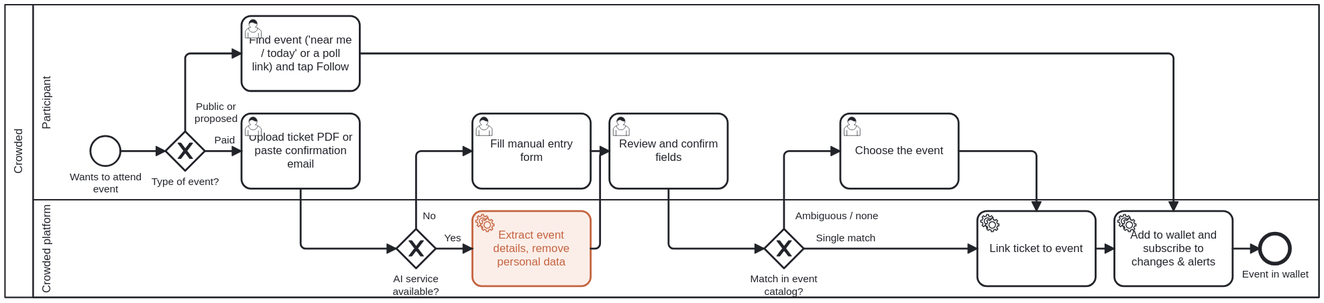
Before: docs/deliverables/images/workflow-1-connect-to-event.svg, a diagram exported from BPMN (andrereis26/crowded-labdsof). Its source is kept beside it as docs/deliverables/bpmn/workflow-1-connect-to-event.bpmn. Ids are renumbered.
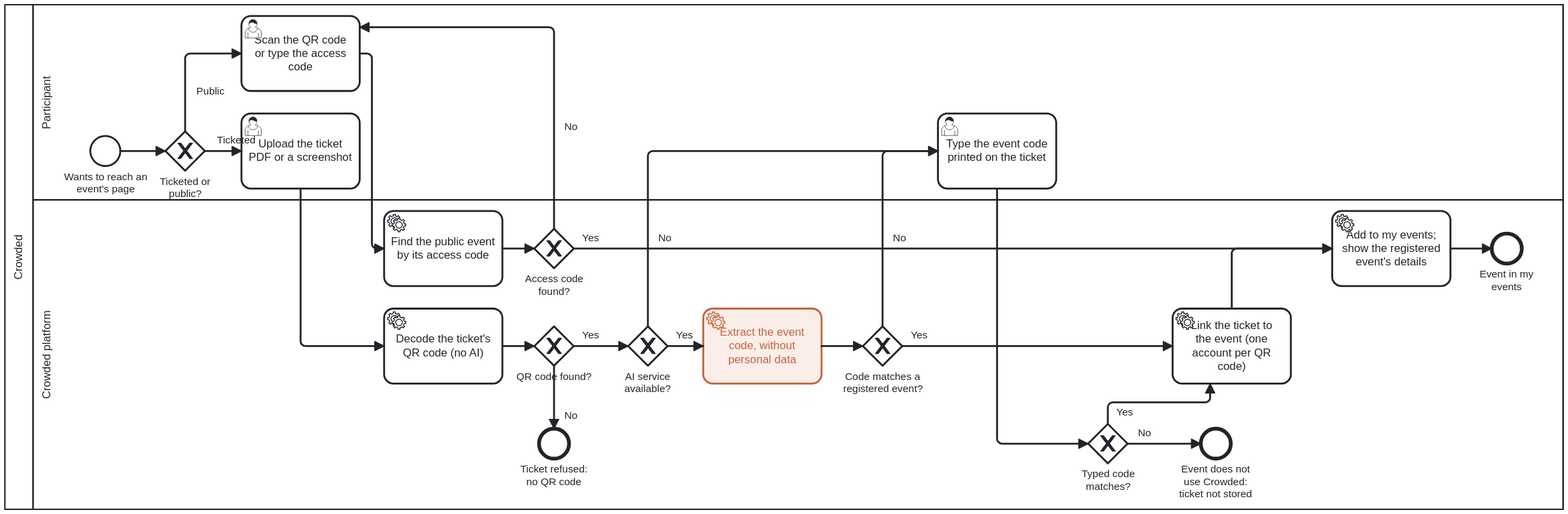
After the commit.

What changed in the source:
```diff
@@ -2,6 +2,6 @@
   <bpmn:collaboration id="Collab">
-    <bpmn:participant id="Pool_crowded" name="Crowded" processRef="Proc_crowded" />
+    <bpmn:participant id="Pool_crowded" name="Crowded" processRef="Proc_Pool_crowded" />
   </bpmn:collaboration>
-  <bpmn:process id="Proc_crowded" isExecutable="false">
-    <bpmn:laneSet id="LaneSet_crowded">
+  <bpmn:process id="Proc_Pool_crowded" isExecutable="false">
+    <bpmn:laneSet id="LaneSet_Pool_crowded">
       <bpmn:lane id="Lane_P" name="Participant">
@@ -9,14 +9,19 @@
         <bpmn:flowNodeRef>g1</bpmn:flowNodeRef>
-        <bpmn:flowNodeRef>find</bpmn:flowNodeRef>
+        <bpmn:flowNodeRef>code</bpmn:flowNodeRef>
         <bpmn:flowNodeRef>up</bpmn:flowNodeRef>
-        <bpmn:flowNodeRef>man</bpmn:flowNodeRef>
-        <bpmn:flowNodeRef>rev</bpmn:flowNodeRef>
-        <bpmn:flowNodeRef>ch</bpmn:flowNodeRef>
+        <bpmn:flowNodeRef>type</bpmn:flowNodeRef>
       </bpmn:lane>
       <bpmn:lane id="Lane_C" name="Crowded platform">
-        <bpmn:flowNodeRef>g2</bpmn:flowNodeRef>
+        <bpmn:flowNodeRef>findc</bpmn:flowNodeRef>
+        <bpmn:flowNodeRef>gc</bpmn:flowNodeRef>
+        <bpmn:flowNodeRef>qr</bpmn:flowNodeRef>
+        <bpmn:flowNodeRef>gq</bpmn:flowNodeRef>
+        <bpmn:flowNodeRef>noqr</bpmn:flowNodeRef>
+        <bpmn:flowNodeRef>gai</bpmn:flowNodeRef>
         <bpmn:flowNodeRef>ai</bpmn:flowNodeRef>
-        <bpmn:flowNodeRef>g3</bpmn:flowNodeRef>
+        <bpmn:flowNodeRef>gm</bpmn:flowNodeRef>
+        <bpmn:flowNodeRef>gm2</bpmn:flowNodeRef>
+        <bpmn:flowNodeRef>noev</bpmn:flowNodeRef>
         <bpmn:flowNodeRef>link</bpmn:flowNodeRef>
-        <bpmn:flowNodeRef>wal</bpmn:flowNodeRef>
+        <bpmn:flowNodeRef>sum</bpmn:flowNodeRef>
         <bpmn:flowNodeRef>e</bpmn:flowNodeRef>
@@ -24,6 +29,6 @@
     </bpmn:laneSet>
-    <bpmn:startEvent id="s" name="Wants to attend event">
+    <bpmn:startEvent id="s" name="Wants to reach an event's page">
       <bpmn:outgoing>Flow_1</bpmn:outgoing>
     </bpmn:startEvent>
-    <bpmn:exclusiveGateway id="g1" name="Type of event?">
+    <bpmn:exclusiveGateway id="g1" name="Ticketed or public?">
       <bpmn:incoming>Flow_1</bpmn:incoming>
@@ -32,29 +37,25 @@
     </bpmn:exclusiveGateway>
-    <bpmn:userTask id="find" name="Find event (&#x27;near me / today&#x27; or a poll link) and tap Follow">
+    <bpmn:userTask id="code" name="Scan the QR code or type the access code">
       <bpmn:incoming>Flow_3</bpmn:incoming>
-      <bpmn:outgoing>Flow_14</bpmn:outgoing>
-    </bpmn:userTask>
-    <bpmn:userTask id="up" name="Upload ticket PDF or paste confirmation email">
-      <bpmn:incoming>Flow_2</bpmn:incoming>
+      <bpmn:incoming>Flow_8</bpmn:incoming>
       <bpmn:outgoing>Flow_4</bpmn:outgoing>
     </bpmn:userTask>
-    <bpmn:exclusiveGateway id="g2" name="AI service available?">
+    <bpmn:userTask id="up" name="Upload the ticket PDF or a screenshot">
+      <bpmn:incoming>Flow_2</bpmn:incoming>
+      <bpmn:outgoing>Flow_5</bpmn:outgoing>
+    </bpmn:userTask>
+    <bpmn:serviceTask id="findc" name="Find the public event by its access code">
       <bpmn:incoming>Flow_4</bpmn:incoming>
-      <bpmn:outgoing>Flow_5</bpmn:outgoing>
       <bpmn:outgoing>Flow_6</bpmn:outgoing>
-    </bpmn:exclusiveGateway>
-    <bpmn:serviceTask id="ai" name="Extract event details, remove personal data">
-      <bpmn:incoming>Flow_5</bpmn:incoming>
-      <bpmn:outgoing>Flow_8</bpmn:outgoing>
     </bpmn:serviceTask>
-    <bpmn:userTask id="man" name="Fill manual entry form">
+    <bpmn:exclusiveGateway id="gc" name="Access code found?">
       <bpmn:incoming>Flow_6</bpmn:incoming>
       <bpmn:outgoing>Flow_7</bpmn:outgoing>
-    </bpmn:userTask>
-    <bpmn:userTask id="rev" name="Review and confirm fields">
-      <bpmn:incoming>Flow_7</bpmn:incoming>
-      <bpmn:incoming>Flow_8</bpmn:incoming>
+      <bpmn:outgoing>Flow_8</bpmn:outgoing>
+    </bpmn:exclusiveGateway>
+    <bpmn:serviceTask id="qr" name="Decode the ticket's QR code (no AI)">
+      <bpmn:incoming>Flow_5</bpmn:incoming>
       <bpmn:outgoing>Flow_9</bpmn:outgoing>
-    </bpmn:userTask>
-    <bpmn:exclusiveGateway id="g3" name="Match in event catalog?">
+    </bpmn:serviceTask>
+    <bpmn:exclusiveGateway id="gq" name="QR code found?">
       <bpmn:incoming>Flow_9</bpmn:incoming>
@@ -63,34 +64,66 @@
     </bpmn:exclusiveGateway>
-    <bpmn:userTask id="ch" name="Choose the event">
+    <bpmn:endEvent id="noqr" name="Ticket refused: no QR code">
+      <bpmn:incoming>Flow_10</bpmn:incoming>
+    </bpmn:endEvent>
+    <bpmn:exclusiveGateway id="gai" name="AI service available?">
       <bpmn:incoming>Flow_11</bpmn:incoming>
       <bpmn:outgoing>Flow_12</bpmn:outgoing>
-    </bpmn:userTask>
-    <bpmn:serviceTask id="link" name="Link ticket to event">
-      <bpmn:incoming>Flow_10</bpmn:incoming>
+      <bpmn:outgoing>Flow_13</bpmn:outgoing>
+    </bpmn:exclusiveGateway>
+    <bpmn:serviceTask id="ai" name="Extract the event code, without personal data">
       <bpmn:incoming>Flow_12</bpmn:incoming>
-      <bpmn:outgoing>Flow_13</bpmn:outgoing>
+      <bpmn:outgoing>Flow_14</bpmn:outgoing>
     </bpmn:serviceTask>
-    <bpmn:serviceTask id="wal" name="Add to wallet and subscribe to changes &amp; alerts">
-      <bpmn:incoming>Flow_13</bpmn:incoming>
+    <bpmn:exclusiveGateway id="gm" name="Code matches a registered event?">
       <bpmn:incoming>Flow_14</bpmn:incoming>
       <bpmn:outgoing>Flow_15</bpmn:outgoing>
+      <bpmn:outgoing>Flow_16</bpmn:outgoing>
+    </bpmn:exclusiveGateway>
+    <bpmn:userTask id="type" name="Type the event code printed on the ticket">
+      <bpmn:incoming>Flow_13</bpmn:incoming>
+      <bpmn:incoming>Flow_16</bpmn:incoming>
+      <bpmn:outgoing>Flow_17</bpmn:outgoing>
+    </bpmn:userTask>
+    <bpmn:exclusiveGateway id="gm2" name="Typed code matches?">
+      <bpmn:incoming>Flow_17</bpmn:incoming>
+      <bpmn:outgoing>Flow_18</bpmn:outgoing>
+      <bpmn:outgoing>Flow_19</bpmn:outgoing>
+    </bpmn:exclusiveGateway>
+    <bpmn:endEvent id="noev" name="Event does not use Crowded: ticket not stored">
+      <bpmn:incoming>Flow_19</bpmn:incoming>
+    </bpmn:endEvent>
+    <bpmn:serviceTask id="link" name="Link the ticket to the event (one account per QR code)">
+      <bpmn:incoming>Flow_15</bpmn:incoming>
+      <bpmn:incoming>Flow_18</bpmn:incoming>
+      <bpmn:outgoing>Flow_20</bpmn:outgoing>
     </bpmn:serviceTask>
-    <bpmn:endEvent id="e" name="Event in wallet">
-      <bpmn:incoming>Flow_15</bpmn:incoming>
+    <bpmn:serviceTask id="sum" name="Add to my events; show the registered event's details">
+      <bpmn:incoming>Flow_7</bpmn:incoming>
+      <bpmn:incoming>Flow_20</bpmn:incoming>
+      <bpmn:outgoing>Flow_21</bpmn:outgoing>
+    </bpmn:serviceTask>
+    <bpmn:endEvent id="e" name="Event in my events">
+      <bpmn:incoming>Flow_21</bpmn:incoming>
     </bpmn:endEvent>
     <bpmn:sequenceFlow id="Flow_1" sourceRef="s" targetRef="g1" />
-    <bpmn:sequenceFlow id="Flow_2" name="Paid" sourceRef="g1" targetRef="up" />
-    <bpmn:sequenceFlow id="Flow_3" name="Public or proposed" sourceRef="g1" targetRef="find" />
-    <bpmn:sequenceFlow id="Flow_4" sourceRef="up" targetRef="g2" />
-    <bpmn:sequenceFlow id="Flow_5" name="Yes" sourceRef="g2" targetRef="ai" />
-    <bpmn:sequenceFlow id="Flow_6" name="No" sourceRef="g2" targetRef="man" />
-    <bpmn:sequenceFlow id="Flow_7" sourceRef="man" targetRef="rev" />
-    <bpmn:sequenceFlow id="Flow_8" sourceRef="ai" targetRef="rev" />
-    <bpmn:sequenceFlow id="Flow_9" sourceRef="rev" targetRef="g3" />
-    <bpmn:sequenceFlow id="Flow_10" name="Single match" sourceRef="g3" targetRef="link" />
-    <bpmn:sequenceFlow id="Flow_11" name="Ambiguous / none" sourceRef="g3" targetRef="ch" />
-    <bpmn:sequenceFlow id="Flow_12" sourceRef="ch" targetRef="link" />
-    <bpmn:sequenceFlow id="Flow_13" sourceRef="link" targetRef="wal" />
-    <bpmn:sequenceFlow id="Flow_14" sourceRef="find" targetRef="wal" />
-    <bpmn:sequenceFlow id="Flow_15" sourceRef="wal" targetRef="e" />
+    <bpmn:sequenceFlow id="Flow_2" name="Ticketed" sourceRef="g1" targetRef="up" />
+    <bpmn:sequenceFlow id="Flow_3" name="Public" sourceRef="g1" targetRef="code" />
+    <bpmn:sequenceFlow id="Flow_4" sourceRef="code" targetRef="findc" />
+    <bpmn:sequenceFlow id="Flow_5" sourceRef="up" targetRef="qr" />
+    <bpmn:sequenceFlow id="Flow_6" sourceRef="findc" targetRef="gc" />
+    <bpmn:sequenceFlow id="Flow_7" name="Yes" sourceRef="gc" targetRef="sum" />
+    <bpmn:sequenceFlow id="Flow_8" name="No" sourceRef="gc" targetRef="code" />
+    <bpmn:sequenceFlow id="Flow_9" sourceRef="qr" targetRef="gq" />
+    <bpmn:sequenceFlow id="Flow_10" name="No" sourceRef="gq" targetRef="noqr" />
+    <bpmn:sequenceFlow id="Flow_11" name="Yes" sourceRef="gq" targetRef="gai" />
+    <bpmn:sequenceFlow id="Flow_12" name="Yes" sourceRef="gai" targetRef="ai" />
+    <bpmn:sequenceFlow id="Flow_13" name="No" sourceRef="gai" targetRef="type" />
+    <bpmn:sequenceFlow id="Flow_14" sourceRef="ai" targetRef="gm" />
+    <bpmn:sequenceFlow id="Flow_15" name="Yes" sourceRef="gm" targetRef="link" />
+    <bpmn:sequenceFlow id="Flow_16" name="No" sourceRef="gm" targetRef="type" />
+    <bpmn:sequenceFlow id="Flow_17" sourceRef="type" targetRef="gm2" />
+    <bpmn:sequenceFlow id="Flow_18" name="Yes" sourceRef="gm2" targetRef="link" />
+    <bpmn:sequenceFlow id="Flow_19" name="No" sourceRef="gm2" targetRef="noev" />
+    <bpmn:sequenceFlow id="Flow_20" sourceRef="link" targetRef="sum" />
+    <bpmn:sequenceFlow id="Flow_21" sourceRef="sum" targetRef="e" />
   </bpmn:process>
@@ -98,33 +131,44 @@
     <bpmndi:BPMNPlane id="Plane" bpmnElement="Collab">
-      <bpmndi:BPMNShape id="Pool_crowded_di" bpmnElement="Pool_crowded" isHorizontal="true"><dc:Bounds x="16" y="16" width="1400" height="312" /></bpmndi:BPMNShape>
-      <bpmndi:BPMNShape id="Lane_P_di" bpmnElement="Lane_P" isHorizontal="true"><dc:Bounds x="46" y="16" width="1370" height="208" /></bpmndi:BPMNShape>
-      <bpmndi:BPMNShape id="Lane_C_di" bpmnElement="Lane_C" isHorizontal="true"><dc:Bounds x="46" y="224" width="1370" height="104" /></bpmndi:BPMNShape>
-      <bpmndi:BPMNShape id="s_di" bpmnElement="s"><dc:Bounds x="107" y="156" width="32" height="32" /><bpmndi:BPMNLabel><dc:Bounds x="72" y="193" width="102" height="26" /></bpmndi:BPMNLabel></bpmndi:BPMNShape>
-      <bpmndi:BPMNShape id="g1_di" bpmnElement="g1" isMarkerVisible="true"><dc:Bounds x="187" y="151" width="42" height="42" /><bpmndi:BPMNLabel><dc:Bounds x="143" y="198" width="130" height="26" /></bpmndi:BPMNLabel></bpmndi:BPMNShape>
-      <bpmndi:BPMNShape id="find_di" bpmnElement="find"><dc:Bounds x="268" y="28" width="126" height="80" /></bpmndi:BPMNShape>
+      <bpmndi:BPMNShape id="Pool_crowded_di" bpmnElement="Pool_crowded" isHorizontal="true"><dc:Bounds x="16" y="16" width="1660" height="538" /></bpmndi:BPMNShape>
+      <bpmndi:BPMNShape id="Lane_P_di" bpmnElement="Lane_P" isHorizontal="true"><dc:Bounds x="46" y="16" width="1630" height="208" /></bpmndi:BPMNShape>
+      <bpmndi:BPMNShape id="Lane_C_di" bpmnElement="Lane_C" isHorizontal="true"><dc:Bounds x="46" y="224" width="1630" height="330" /></bpmndi:BPMNShape>
+      <bpmndi:BPMNShape id="s_di" bpmnElement="s"><dc:Bounds x="107" y="156" width="32" height="32" /><bpmndi:BPMNLabel><dc:Bounds x="58" y="193" width="130" height="40" /></bpmndi:BPMNLabel></bpmndi:BPMNShape>
+      <bpmndi:BPMNShape id="g1_di" bpmnElement="g1" isMarkerVisible="true"><dc:Bounds x="187" y="151" width="42" height="42" /><bpmndi:BPMNLabel><dc:Bounds x="143" y="198" width="130" height="40" /></bpmndi:BPMNLabel></bpmndi:BPMNShape>
+      <bpmndi:BPMNShape id="code_di" bpmnElement="code"><dc:Bounds x="268" y="28" width="126" height="80" /></bpmndi:BPMNShape>
       <bpmndi:BPMNShape id="up_di" bpmnElement="up"><dc:Bounds x="268" y="132" width="126" height="80" /></bpmndi:BPMNShape>
-      <bpmndi:BPMNShape id="g2_di" bpmnElement="g2" isMarkerVisible="true"><dc:Bounds x="433" y="255" width="42" height="42" /><bpmndi:BPMNLabel><dc:Bounds x="389" y="302" width="130" height="26" /></bpmndi:BPMNLabel></bpmndi:BPMNShape>
-      <bpmndi:BPMNShape id="ai_di" bpmnElement="ai" bioc:stroke="#c4633f" bioc:fill="#fbeee8" color:background-color="#fbeee8" color:border-color="#c4633f"><dc:Bounds x="514" y="236" width="126" height="80" /></bpmndi:BPMNShape>
-      <bpmndi:BPMNShape id="man_di" bpmnElement="man"><dc:Bounds x="514" y="132" width="126" height="80" /></bpmndi:BPMNShape>
-      <bpmndi:BPMNShape id="rev_di" bpmnElement="rev"><dc:Bounds x="660" y="132" width="126" height="80" /></bpmndi:BPMNShape>
-      <bpmndi:BPMNShape id="g3_di" bpmnElement="g3" isMarkerVisible="true"><dc:Bounds x="825" y="255" width="42" height="42" /><bpmndi:BPMNLabel><dc:Bounds x="781" y="302" width="130" height="26" /></bpmndi:BPMNLabel></bpmndi:BPMNShape>
-      <bpmndi:BPMNShape id="ch_di" bpmnElement="ch"><dc:Bounds x="906" y="132" width="126" height="80" /></bpmndi:BPMNShape>
-      <bpmndi:BPMNShape id="link_di" bpmnElement="link"><dc:Bounds x="1052" y="236" width="126" height="80" /></bpmndi:BPMNShape>
-      <bpmndi:BPMNShape id="wal_di" bpmnElement="wal"><dc:Bounds x="1198" y="236" width="126" height="80" /></bpmndi:BPMNShape>
-      <bpmndi:BPMNShape id="e_di" bpmnElement="e"><dc:Bounds x="1353" y="260" width="32" height="32" /><bpmndi:BPMNLabel><dc:Bounds x="1332" y="297" width="74" height="26" /></bpmndi:BPMNLabel></bpmndi:BPMNShape>
+      <bpmndi:BPMNShape id="findc_di" bpmnElement="findc"><dc:Bounds x="420" y="236" width="126" height="80" /></bpmndi:BPMNShape>
+      <bpmndi:BPMNShape id="gc_di" bpmnElement="gc" isMarkerVisible="true"><dc:Bounds x="580" y="255" width="42" height="42" /><bpmndi:BPMNLabel><dc:Bounds x="536" y="302" width="130" height="40" /></bpmndi:BPMNLabel></bpmndi:BPMNShape>
+      <bpmndi:BPMNShape id="qr_di" bpmnElement="qr"><dc:Bounds x="420" y="340" width="126" height="80" /></bpmndi:BPMNShape>
+      <bpmndi:BPMNShape id="gq_di" bpmnElement="gq" isMarkerVisible="true"><dc:Bounds x="580" y="359" width="42" height="42" /><bpmndi:BPMNLabel><dc:Bounds x="536" y="406" width="130" height="40" /></bpmndi:BPMNLabel></bpmndi:BPMNShape>
+      <bpmndi:BPMNShape id="noqr_di" bpmnElement="noqr"><dc:Bounds x="585" y="468" width="32" height="32" /><bpmndi:BPMNLabel><dc:Bounds x="536" y="505" width="130" height="40" /></bpmndi:BPMNLabel></bpmndi:BPMNShape>
+      <bpmndi:BPMNShape id="gai_di" bpmnElement="gai" isMarkerVisible="true"><dc:Bounds x="680" y="359" width="42" height="42" /><bpmndi:BPMNLabel><dc:Bounds x="636" y="406" width="130" height="40" /></bpmndi:BPMNLabel></bpmndi:BPMNShape>
+      <bpmndi:BPMNShape id="ai_di" bpmnElement="ai" bioc:stroke="#c4633f" bioc:fill="#fbeee8" color:background-color="#fbeee8" color:border-color="#c4633f"><dc:Bounds x="760" y="340" width="126" height="80" /></bpmndi:BPMNShape>
+      <bpmndi:BPMNShape id="gm_di" bpmnElement="gm" isMarkerVisible="true"><dc:Bounds x="930" y="359" width="42" height="42" /><bpmndi:BPMNLabel><dc:Bounds x="886" y="406" width="130" height="40" /></bpmndi:BPMNLabel></bpmndi:BPMNShape>
+      <bpmndi:BPMNShape id="type_di" bpmnElement="type"><dc:Bounds x="1010" y="132" width="126" height="80" /></bpmndi:BPMNShape>
+      <bpmndi:BPMNShape id="gm2_di" bpmnElement="gm2" isMarkerVisible="true"><dc:Bounds x="1170" y="463" width="42" height="42" /><bpmndi:BPMNLabel><dc:Bounds x="1126" y="510" width="130" height="40" /></bpmndi:BPMNLabel></bpmndi:BPMNShape>
+      <bpmndi:BPMNShape id="noev_di" bpmnElement="noev"><dc:Bounds x="1290" y="468" width="32" height="32" /><bpmndi:BPMNLabel><dc:Bounds x="1241" y="505" width="130" height="40" /></bpmndi:BPMNLabel></bpmndi:BPMNShape>
+      <bpmndi:BPMNShape id="link_di" bpmnElement="link"><dc:Bounds x="1260" y="340" width="126" height="80" /></bpmndi:BPMNShape>
+      <bpmndi:BPMNShape id="sum_di" bpmnElement="sum"><dc:Bounds x="1430" y="236" width="126" height="80" /></bpmndi:BPMNShape>
+      <bpmndi:BPMNShape id="e_di" bpmnElement="e"><dc:Bounds x="1600" y="260" width="32" height="32" /><bpmndi:BPMNLabel><dc:Bounds x="1551" y="297" width="130" height="40" /></bpmndi:BPMNLabel></bpmndi:BPMNShape>
       <bpmndi:BPMNEdge id="Flow_1_di" bpmnElement="Flow_1"><di:waypoint x="139" y="172" /><di:waypoint x="187" y="172" /></bpmndi:BPMNEdge>
-      <bpmndi:BPMNEdge id="Flow_2_di" bpmnElement="Flow_2"><di:waypoint x="229" y="172" /><di:waypoint x="268" y="172" /><bpmndi:BPMNLabel><dc:Bounds x="235" y="154" width="30" height="14" /></bpmndi:BPMNLabel></bpmndi:BPMNEdge>
-      <bpmndi:BPMNEdge id="Flow_3_di" bpmnElement="Flow_3"><di:waypoint x="208" y="151" /><di:waypoint x="208" y="68" /><di:waypoint x="268" y="68" /><bpmndi:BPMNLabel><dc:Bounds x="213" y="118" width="56" height="27" /></bpmndi:BPMNLabel></bpmndi:BPMNEdge>
-      <bpmndi:BPMNEdge id="Flow_4_di" bpmnElement="Flow_4"><di:waypoint x="331" y="212" /><di:waypoint x="331" y="276" /><di:waypoint x="433" y="276" /></bpmndi:BPMNEdge>
-      <bpmndi:BPMNEdge id="Flow_5_di" bpmnElement="Flow_5"><di:waypoint x="475" y="276" /><di:waypoint x="514" y="276" /><bpmndi:BPMNLabel><dc:Bounds x="481" y="258" width="24" height="14" /></bpmndi:BPMNLabel></bpmndi:BPMNEdge>
-      <bpmndi:BPMNEdge id="Flow_6_di" bpmnElement="Flow_6"><di:waypoint x="454" y="255" /><di:waypoint x="454" y="172" /><di:waypoint x="514" y="172" /><bpmndi:BPMNLabel><dc:Bounds x="459" y="235" width="18" height="14" /></bpmndi:BPMNLabel></bpmndi:BPMNEdge>
-      <bpmndi:BPMNEdge id="Flow_7_di" bpmnElement="Flow_7"><di:waypoint x="640" y="172" /><di:waypoint x="660" y="172" /></bpmndi:BPMNEdge>
-      <bpmndi:BPMNEdge id="Flow_8_di" bpmnElement="Flow_8"><di:waypoint x="640" y="276" /><di:waypoint x="650" y="276" /><di:waypoint x="650" y="172" /><di:waypoint x="660" y="172" /></bpmndi:BPMNEdge>
-      <bpmndi:BPMNEdge id="Flow_9_di" bpmnElement="Flow_9"><di:waypoint x="723" y="212" /><di:waypoint x="723" y="276" /><di:waypoint x="825" y="276" /></bpmndi:BPMNEdge>
-      <bpmndi:BPMNEdge id="Flow_10_di" bpmnElement="Flow_10"><di:waypoint x="867" y="276" /><di:waypoint x="1052" y="276" /><bpmndi:BPMNLabel><dc:Bounds x="873" y="258" width="78" height="14" /></bpmndi:BPMNLabel></bpmndi:BPMNEdge>
-      <bpmndi:BPMNEdge id="Flow_11_di" bpmnElement="Flow_11"><di:waypoint x="846" y="255" /><di:waypoint x="846" y="172" /><di:waypoint x="906" y="172" /><bpmndi:BPMNLabel><dc:Bounds x="851" y="235" width="102" height="14" /></bpmndi:BPMNLabel></bpmndi:BPMNEdge>
-      <bpmndi:BPMNEdge id="Flow_12_di" bpmnElement="Flow_12"><di:waypoint x="1032" y="172" /><di:waypoint x="1115" y="172" /><di:waypoint x="1115" y="236" /></bpmndi:BPMNEdge>
-      <bpmndi:BPMNEdge id="Flow_13_di" bpmnElement="Flow_13"><di:waypoint x="1178" y="276" /><di:waypoint x="1198" y="276" /></bpmndi:BPMNEdge>
-      <bpmndi:BPMNEdge id="Flow_14_di" bpmnElement="Flow_14"><di:waypoint x="394" y="68" /><di:waypoint x="1261" y="68" /><di:waypoint x="1261" y="236" /></bpmndi:BPMNEdge>
-      <bpmndi:BPMNEdge id="Flow_15_di" bpmnElement="Flow_15"><di:waypoint x="1324" y="276" /><di:waypoint x="1353" y="276" /></bpmndi:BPMNEdge>
+      <bpmndi:BPMNEdge id="Flow_2_di" bpmnElement="Flow_2"><di:waypoint x="229" y="172" /><di:waypoint x="268" y="172" /><bpmndi:BPMNLabel><dc:Bounds x="235" y="154" width="56" height="14" /></bpmndi:BPMNLabel></bpmndi:BPMNEdge>
+      <bpmndi:BPMNEdge id="Flow_3_di" bpmnElement="Flow_3"><di:waypoint x="208" y="151" /><di:waypoint x="208" y="68" /><di:waypoint x="268" y="68" /><bpmndi:BPMNLabel><dc:Bounds x="214" y="102" width="42" height="14" /></bpmndi:BPMNLabel></bpmndi:BPMNEdge>
+      <bpmndi:BPMNEdge id="Flow_4_di" bpmnElement="Flow_4"><di:waypoint x="394" y="68" /><di:waypoint x="407" y="68" /><di:waypoint x="407" y="276" /><di:waypoint x="420" y="276" /></bpmndi:BPMNEdge>
+      <bpmndi:BPMNEdge id="Flow_5_di" bpmnElement="Flow_5"><di:waypoint x="331" y="212" /><di:waypoint x="331" y="380" /><di:waypoint x="420" y="380" /></bpmndi:BPMNEdge>
+      <bpmndi:BPMNEdge id="Flow_6_di" bpmnElement="Flow_6"><di:waypoint x="546" y="276" /><di:waypoint x="580" y="276" /></bpmndi:BPMNEdge>
+      <bpmndi:BPMNEdge id="Flow_7_di" bpmnElement="Flow_7"><di:waypoint x="622" y="276" /><di:waypoint x="1430" y="276" /><bpmndi:BPMNLabel><dc:Bounds x="628" y="258" width="24" height="14" /></bpmndi:BPMNLabel></bpmndi:BPMNEdge>
+      <bpmndi:BPMNEdge id="Flow_8_di" bpmnElement="Flow_8"><di:waypoint x="601" y="255" /><di:waypoint x="601" y="40" /><di:waypoint x="394" y="40" /><bpmndi:BPMNLabel><dc:Bounds x="607" y="140" width="24" height="14" /></bpmndi:BPMNLabel></bpmndi:BPMNEdge>
+      <bpmndi:BPMNEdge id="Flow_9_di" bpmnElement="Flow_9"><di:waypoint x="546" y="380" /><di:waypoint x="580" y="380" /></bpmndi:BPMNEdge>
+      <bpmndi:BPMNEdge id="Flow_10_di" bpmnElement="Flow_10"><di:waypoint x="601" y="401" /><di:waypoint x="601" y="468" /><bpmndi:BPMNLabel><dc:Bounds x="607" y="448" width="24" height="14" /></bpmndi:BPMNLabel></bpmndi:BPMNEdge>
+      <bpmndi:BPMNEdge id="Flow_11_di" bpmnElement="Flow_11"><di:waypoint x="622" y="380" /><di:waypoint x="680" y="380" /><bpmndi:BPMNLabel><dc:Bounds x="628" y="362" width="24" height="14" /></bpmndi:BPMNLabel></bpmndi:BPMNEdge>
+      <bpmndi:BPMNEdge id="Flow_12_di" bpmnElement="Flow_12"><di:waypoint x="722" y="380" /><di:waypoint x="760" y="380" /><bpmndi:BPMNLabel><dc:Bounds x="728" y="362" width="24" height="14" /></bpmndi:BPMNLabel></bpmndi:BPMNEdge>
+      <bpmndi:BPMNEdge id="Flow_13_di" bpmnElement="Flow_13"><di:waypoint x="701" y="359" /><di:waypoint x="701" y="172" /><di:waypoint x="1010" y="172" /><bpmndi:BPMNLabel><dc:Bounds x="707" y="258" width="24" height="14" /></bpmndi:BPMNLabel></bpmndi:BPMNEdge>
+      <bpmndi:BPMNEdge id="Flow_14_di" bpmnElement="Flow_14"><di:waypoint x="886" y="380" /><di:waypoint x="930" y="380" /></bpmndi:BPMNEdge>
+      <bpmndi:BPMNEdge id="Flow_15_di" bpmnElement="Flow_15"><di:waypoint x="972" y="380" /><di:waypoint x="1260" y="380" /><bpmndi:BPMNLabel><dc:Bounds x="978" y="362" width="24" height="14" /></bpmndi:BPMNLabel></bpmndi:BPMNEdge>
+      <bpmndi:BPMNEdge id="Flow_16_di" bpmnElement="Flow_16"><di:waypoint x="951" y="359" /><di:waypoint x="951" y="172" /><di:waypoint x="1010" y="172" /><bpmndi:BPMNLabel><dc:Bounds x="957" y="258" width="24" height="14" /></bpmndi:BPMNLabel></bpmndi:BPMNEdge>
+      <bpmndi:BPMNEdge id="Flow_17_di" bpmnElement="Flow_17"><di:waypoint x="1073" y="212" /><di:waypoint x="1073" y="484" /><di:waypoint x="1170" y="484" /></bpmndi:BPMNEdge>
+      <bpmndi:BPMNEdge id="Flow_18_di" bpmnElement="Flow_18"><di:waypoint x="1191" y="463" /><di:waypoint x="1191" y="440" /><di:waypoint x="1300" y="440" /><di:waypoint x="1300" y="420" /><bpmndi:BPMNLabel><dc:Bounds x="1197" y="444" width="24" height="14" /></bpmndi:BPMNLabel></bpmndi:BPMNEdge>
+      <bpmndi:BPMNEdge id="Flow_19_di" bpmnElement="Flow_19"><di:waypoint x="1212" y="484" /><di:waypoint x="1290" y="484" /><bpmndi:BPMNLabel><dc:Bounds x="1218" y="466" width="24" height="14" /></bpmndi:BPMNLabel></bpmndi:BPMNEdge>
+      <bpmndi:BPMNEdge id="Flow_20_di" bpmnElement="Flow_20"><di:waypoint x="1323" y="340" /><di:waypoint x="1323" y="276" /><di:waypoint x="1430" y="276" /></bpmndi:BPMNEdge>
+      <bpmndi:BPMNEdge id="Flow_21_di" bpmnElement="Flow_21"><di:waypoint x="1556" y="276" /><di:waypoint x="1600" y="276" /></bpmndi:BPMNEdge>
     </bpmndi:BPMNPlane>
```
